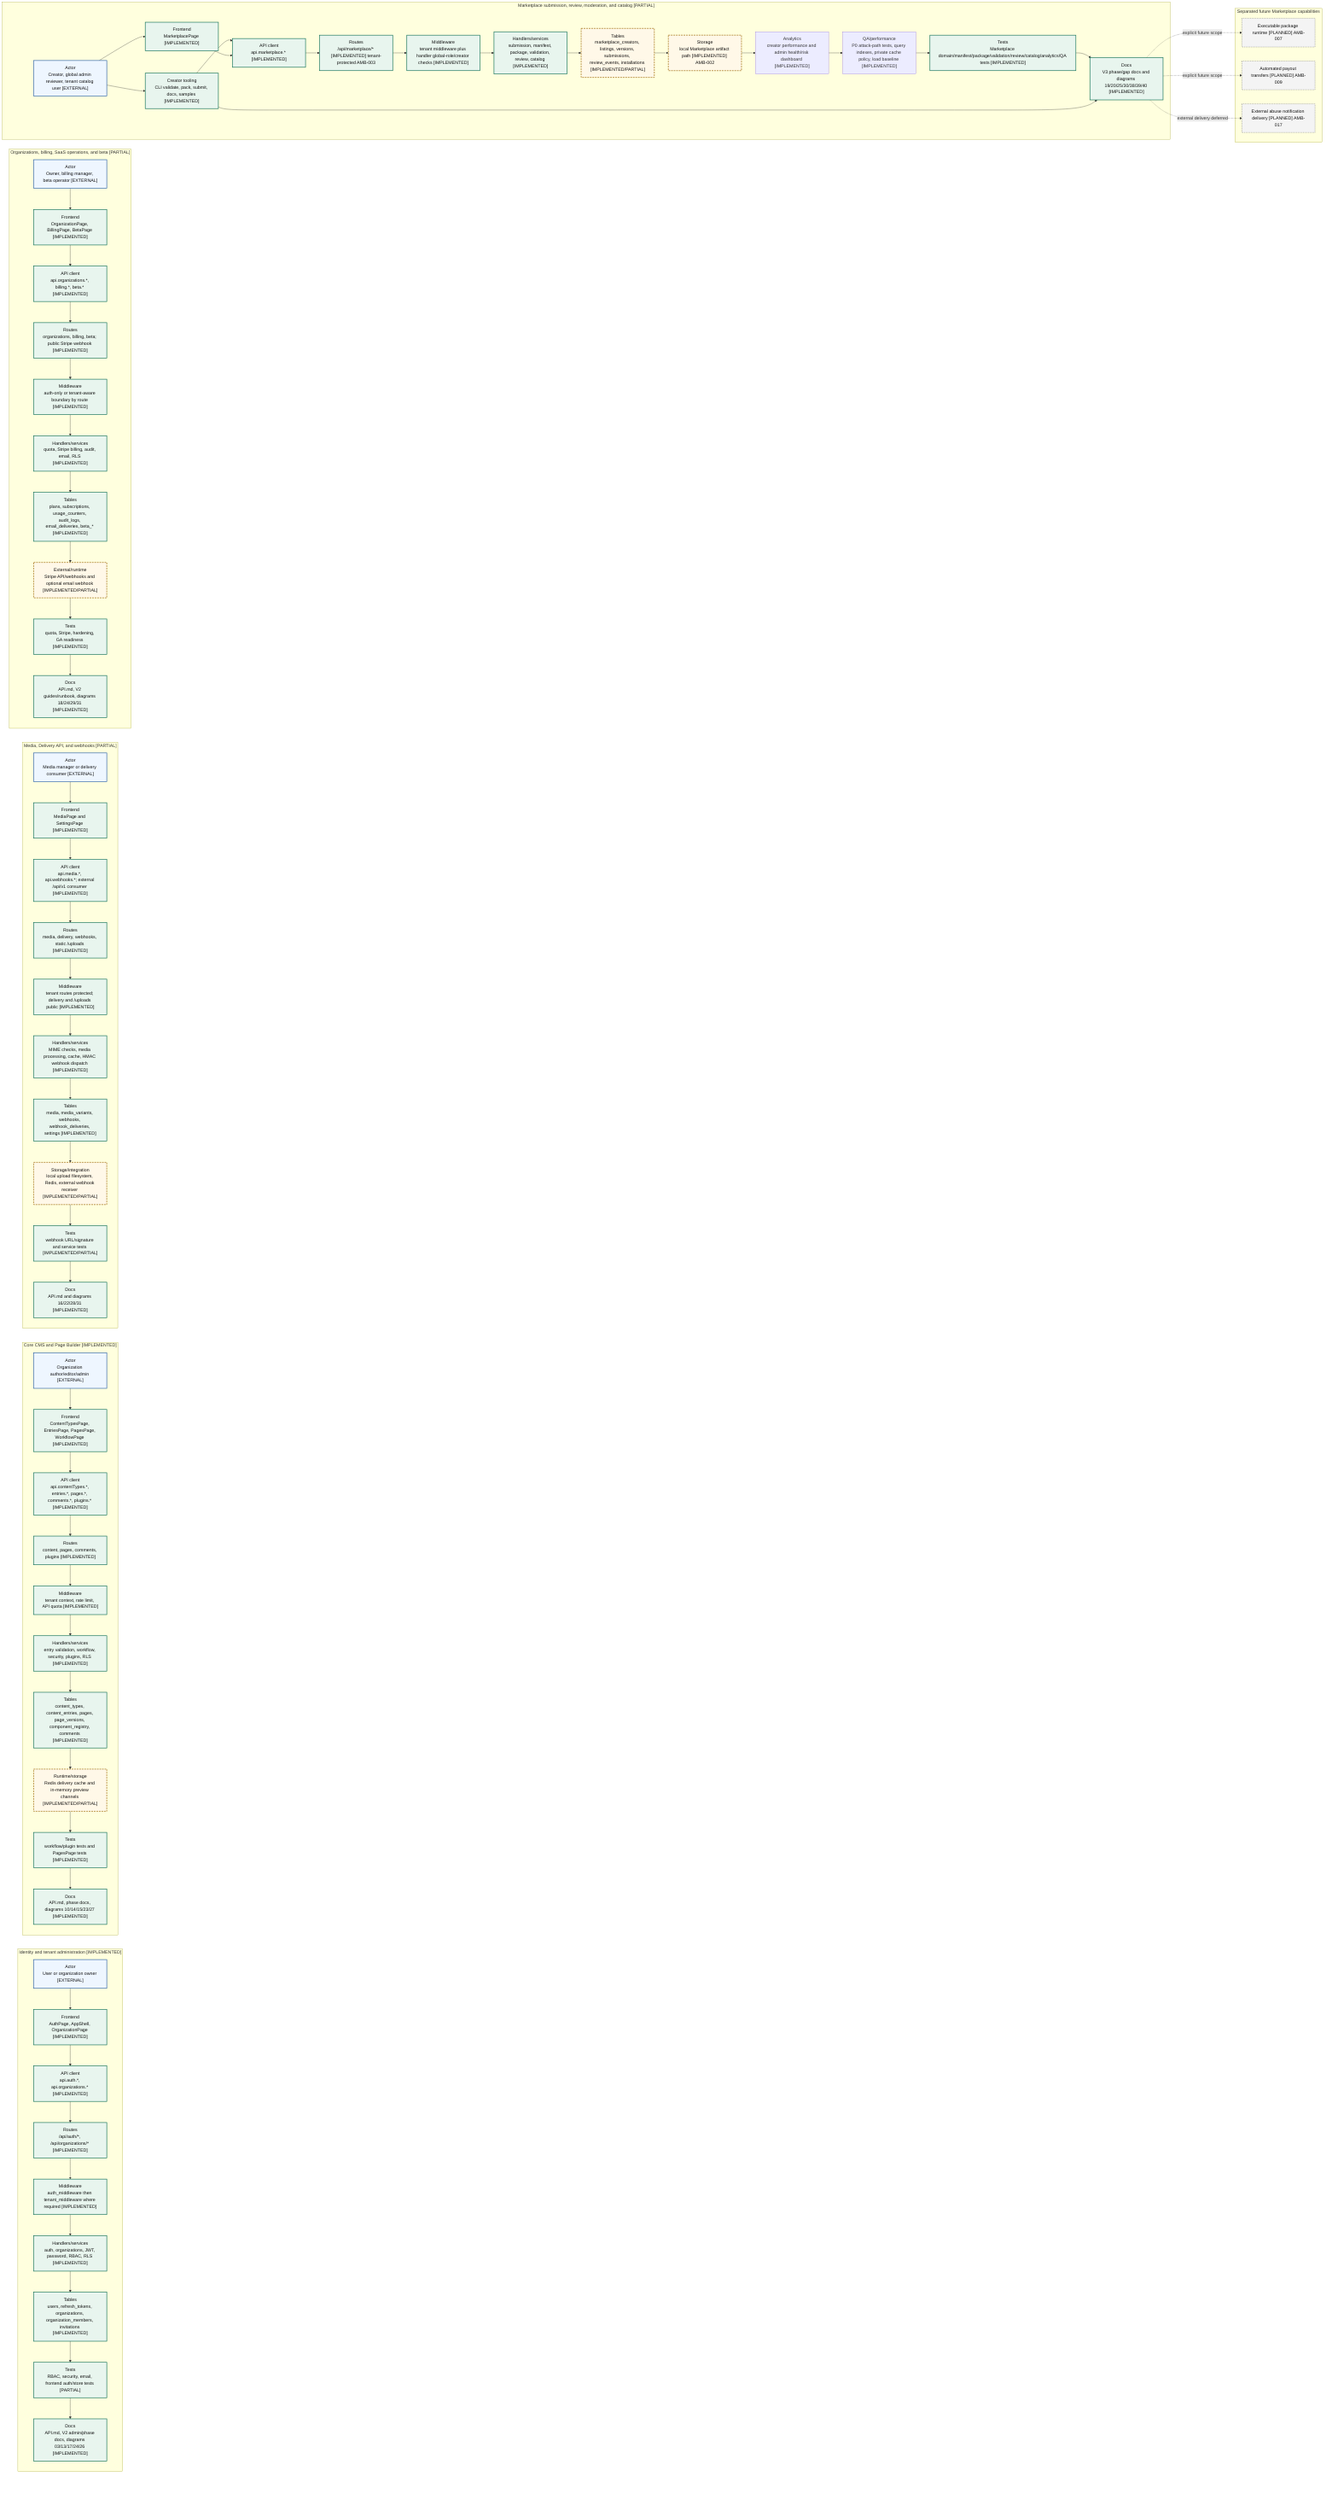
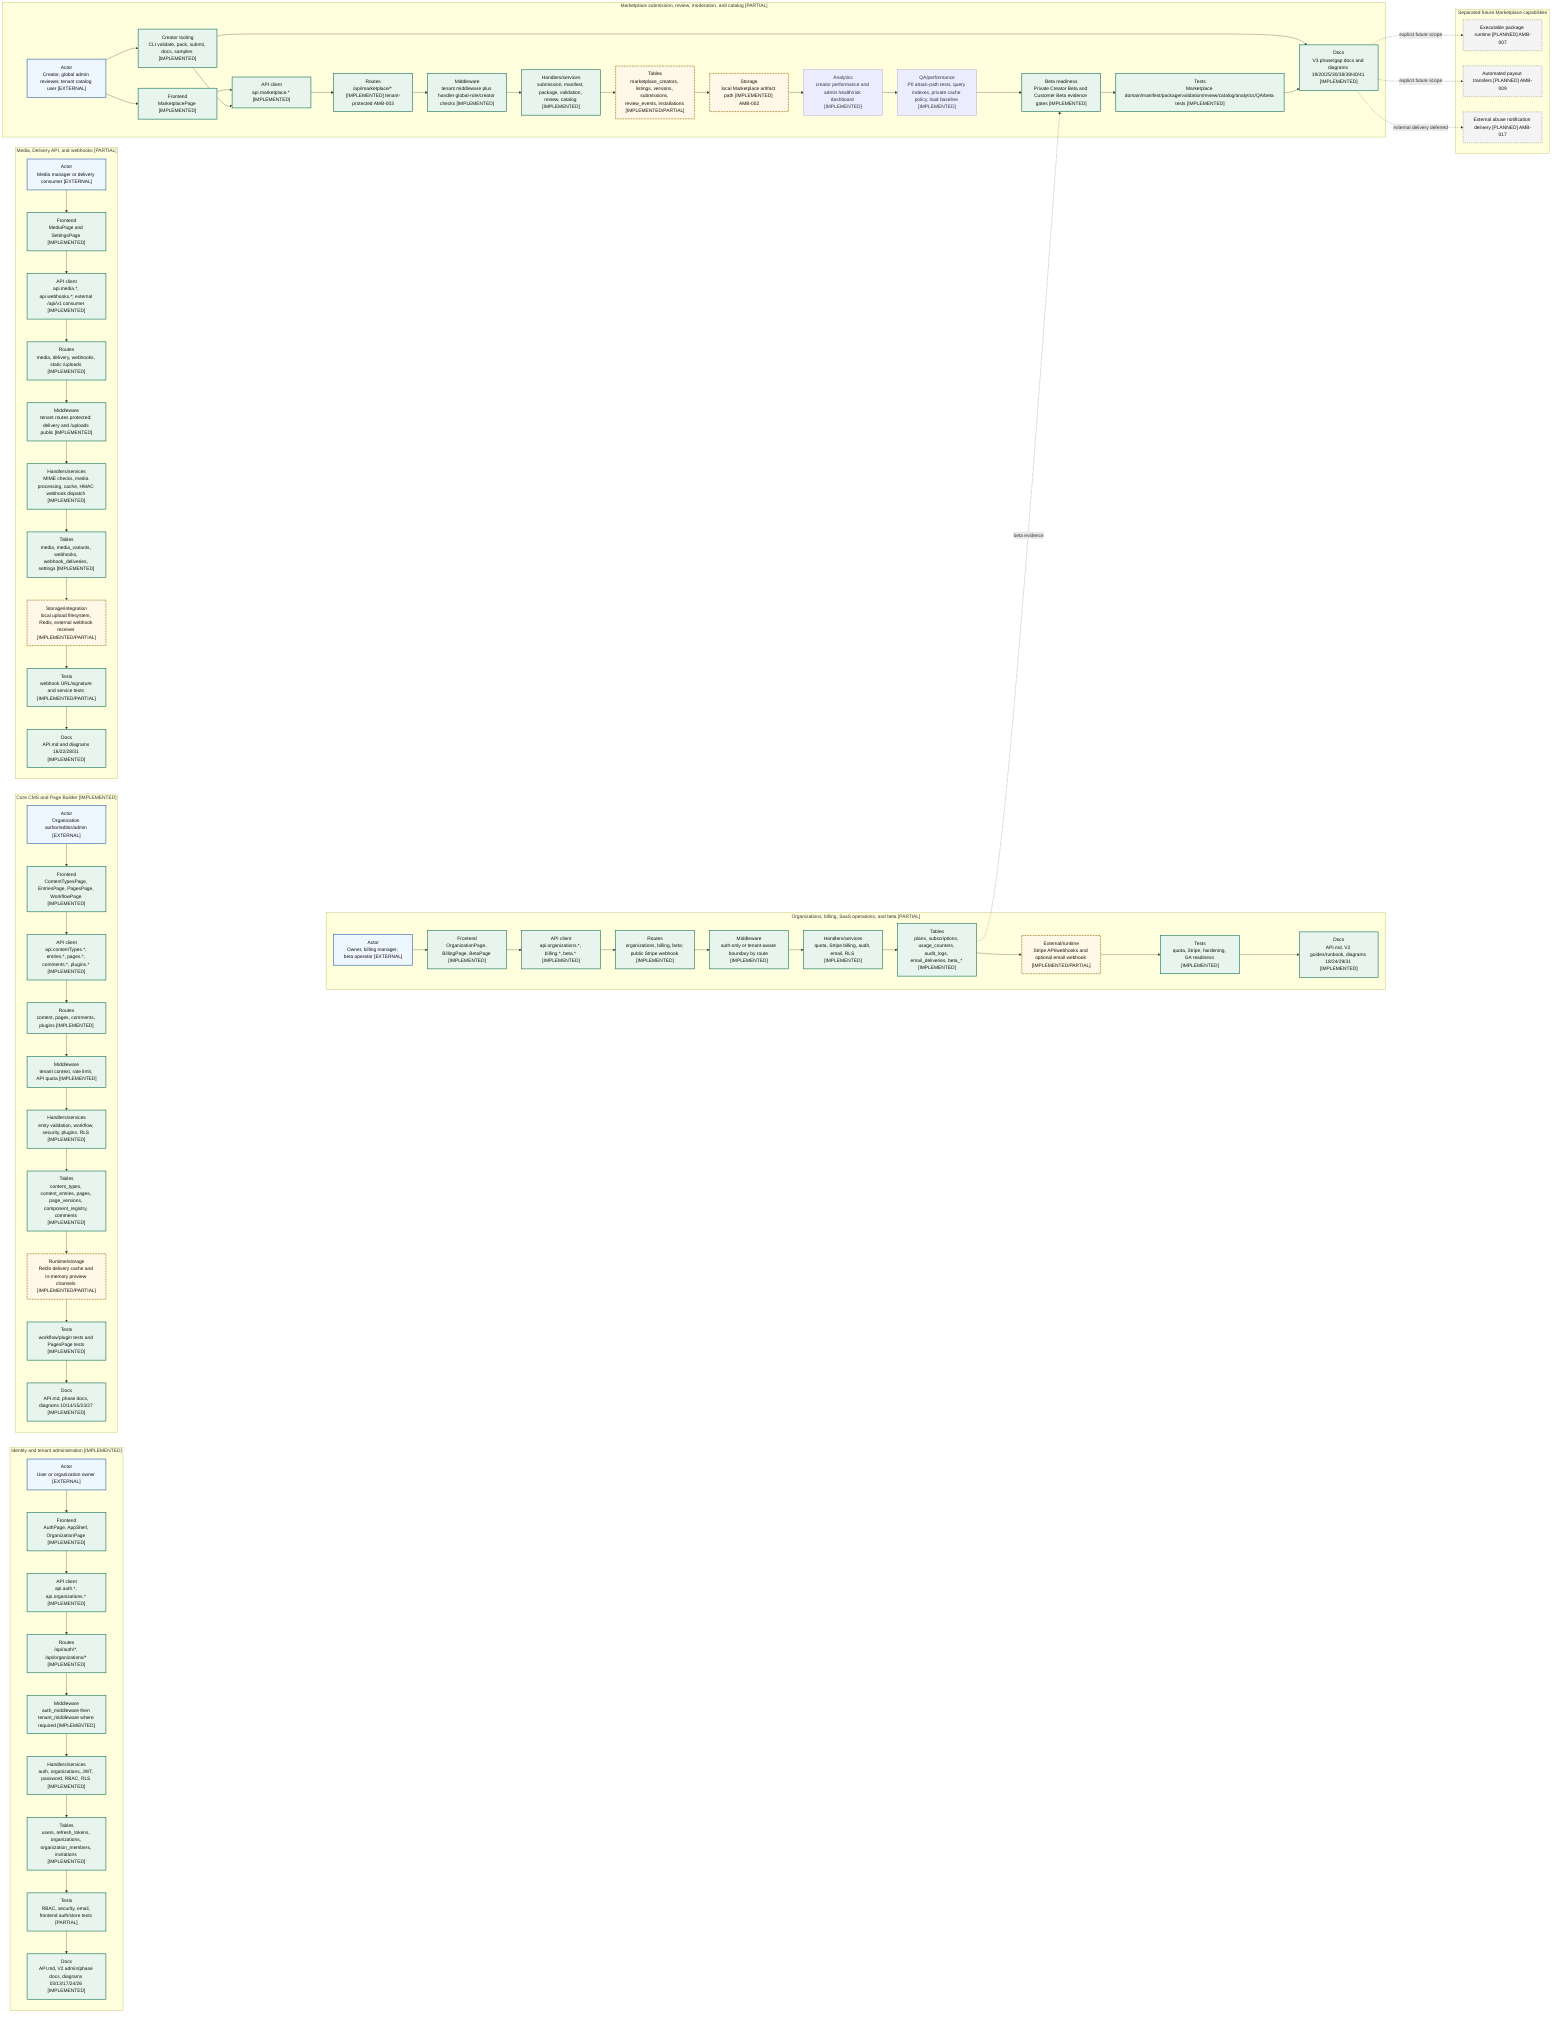
flowchart LR
%% Evidence: backend/src/routes/mod.rs
%% Evidence: backend/src/middleware/auth.rs
%% Evidence: backend/src/middleware/tenant.rs
%% Evidence: backend/src/routes/auth.rs
%% Evidence: backend/src/routes/content.rs
%% Evidence: backend/src/routes/pages.rs
%% Evidence: backend/src/routes/media.rs
%% Evidence: backend/src/routes/delivery.rs
%% Evidence: backend/src/routes/webhooks.rs
%% Evidence: backend/src/routes/organizations.rs
%% Evidence: backend/src/routes/billing.rs
%% Evidence: backend/src/routes/beta.rs
%% Evidence: backend/src/routes/marketplace.rs
%% Evidence: backend/src/services/rls.rs
%% Evidence: backend/src/services/quota.rs
%% Evidence: backend/src/services/stripe_billing.rs
%% Evidence: backend/src/services/marketplace_validation.rs
%% Evidence: scripts/marketplace-cli.mjs
%% Evidence: docs/MARKETPLACE_CREATOR_GUIDE.md
%% Evidence: frontend/src/router.tsx
%% Evidence: frontend/src/services/api.ts
%% Evidence: frontend/src/stores/useAppStore.ts
%% Evidence: frontend/src/pages/PagesPage.tsx
%% Evidence: frontend/src/pages/MarketplacePage.tsx
%% Evidence: backend/migrations/0001_initial_schema.sql
%% Evidence: backend/migrations/0008_v2_phase_one_organizations.sql
%% Evidence: backend/migrations/0009_v2_phase_three_rls.sql
%% Evidence: backend/migrations/0010_v2_phase_five_billing_quota.sql
%% Evidence: backend/migrations/0015_v3_phase_one_marketplace_foundation.sql
%% Evidence: backend/migrations/0018_v3_phase_four_review_moderation.sql
%% Evidence: backend/migrations/0026_v3_phase_thirteen_marketplace_qa_performance.sql
%% Evidence: backend/src/services/marketplace_phase_thirteen.rs
%% Evidence: backend/src/services/marketplace_performance.rs
+ %% Evidence: backend/src/services/marketplace_phase_fourteen.rs
%% Evidence: scripts/marketplace-phase13-load-smoke.ps1
+ %% Evidence: scripts/marketplace-phase14-beta-readiness.ps1
%% Evidence: docs/API.md
+ %% Evidence: docs/V3_PHASE_FOURTEEN.md
+ %% Evidence: docs/diagrams/41-marketplace-beta.mmd

subgraph identity["Identity and tenant administration [IMPLEMENTED]"]
  id_actor["Actor<br/>User or organization owner [EXTERNAL]"]
  id_page["Frontend<br/>AuthPage, AppShell, OrganizationPage [IMPLEMENTED]"]
  id_api["API client<br/>api.auth.*, api.organizations.* [IMPLEMENTED]"]
  id_route["Routes<br/>/api/auth/*, /api/organizations/* [IMPLEMENTED]"]
  id_mw["Middleware<br/>auth_middleware then tenant_middleware where required [IMPLEMENTED]"]
  id_handler["Handlers/services<br/>auth, organizations, JWT, password, RBAC, RLS [IMPLEMENTED]"]
  id_data["Tables<br/>users, refresh_tokens, organizations, organization_members, invitations [IMPLEMENTED]"]
  id_test["Tests<br/>RBAC, security, email, frontend auth/store tests [PARTIAL]"]
  id_doc["Docs<br/>API.md, V2 admin/phase docs, diagrams 03/13/17/24/26 [IMPLEMENTED]"]
end

subgraph cms["Core CMS and Page Builder [IMPLEMENTED]"]
  cms_actor["Actor<br/>Organization author/editor/admin [EXTERNAL]"]
  cms_page["Frontend<br/>ContentTypesPage, EntriesPage, PagesPage, WorkflowPage [IMPLEMENTED]"]
  cms_api["API client<br/>api.contentTypes.*, entries.*, pages.*, comments.*, plugins.* [IMPLEMENTED]"]
  cms_route["Routes<br/>content, pages, comments, plugins [IMPLEMENTED]"]
  cms_mw["Middleware<br/>tenant context, rate limit, API quota [IMPLEMENTED]"]
  cms_handler["Handlers/services<br/>entry validation, workflow, security, plugins, RLS [IMPLEMENTED]"]
  cms_data["Tables<br/>content_types, content_entries, pages, page_versions, component_registry, comments [IMPLEMENTED]"]
  cms_cache["Runtime/storage<br/>Redis delivery cache and in-memory preview channels [IMPLEMENTED/PARTIAL]"]
  cms_test["Tests<br/>workflow/plugin tests and PagesPage tests [IMPLEMENTED]"]
  cms_doc["Docs<br/>API.md, phase docs, diagrams 10/14/15/23/27 [IMPLEMENTED]"]
end

subgraph media_delivery["Media, Delivery API, and webhooks [PARTIAL]"]
  md_actor["Actor<br/>Media manager or delivery consumer [EXTERNAL]"]
  md_page["Frontend<br/>MediaPage and SettingsPage [IMPLEMENTED]"]
  md_api["API client<br/>api.media.*, api.webhooks.*; external /api/v1 consumer [IMPLEMENTED]"]
  md_route["Routes<br/>media, delivery, webhooks, static /uploads [IMPLEMENTED]"]
  md_mw["Middleware<br/>tenant routes protected; delivery and /uploads public [IMPLEMENTED]"]
  md_handler["Handlers/services<br/>MIME checks, media processing, cache, HMAC webhook dispatch [IMPLEMENTED]"]
  md_data["Tables<br/>media, media_variants, webhooks, webhook_deliveries, settings [IMPLEMENTED]"]
  md_external["Storage/integration<br/>local upload filesystem, Redis, external webhook receiver [IMPLEMENTED/PARTIAL]"]
  md_test["Tests<br/>webhook URL/signature and service tests [IMPLEMENTED/PARTIAL]"]
  md_doc["Docs<br/>API.md and diagrams 16/22/28/31 [IMPLEMENTED]"]
end

subgraph billing_ops["Organizations, billing, SaaS operations, and beta [PARTIAL]"]
  bo_actor["Actor<br/>Owner, billing manager, beta operator [EXTERNAL]"]
  bo_page["Frontend<br/>OrganizationPage, BillingPage, BetaPage [IMPLEMENTED]"]
  bo_api["API client<br/>api.organizations.*, billing.*, beta.* [IMPLEMENTED]"]
  bo_route["Routes<br/>organizations, billing, beta; public Stripe webhook [IMPLEMENTED]"]
  bo_mw["Middleware<br/>auth-only or tenant-aware boundary by route [IMPLEMENTED]"]
  bo_handler["Handlers/services<br/>quota, Stripe billing, audit, email, RLS [IMPLEMENTED]"]
  bo_data["Tables<br/>plans, subscriptions, usage_counters, audit_logs, email_deliveries, beta_* [IMPLEMENTED]"]
  bo_external["External/runtime<br/>Stripe API/webhooks and optional email webhook [IMPLEMENTED/PARTIAL]"]
  bo_test["Tests<br/>quota, Stripe, hardening, GA readiness [IMPLEMENTED]"]
  bo_doc["Docs<br/>API.md, V2 guides/runbook, diagrams 18/24/29/31 [IMPLEMENTED]"]
end

subgraph marketplace["Marketplace submission, review, moderation, and catalog [PARTIAL]"]
  mp_actor["Actor<br/>Creator, global admin reviewer, tenant catalog user [EXTERNAL]"]
  mp_page["Frontend<br/>MarketplacePage [IMPLEMENTED]"]
  mp_api["API client<br/>api.marketplace.* [IMPLEMENTED]"]
  mp_route["Routes<br/>/api/marketplace/* [IMPLEMENTED] tenant-protected AMB-003"]
  mp_mw["Middleware<br/>tenant middleware plus handler global-role/creator checks [IMPLEMENTED]"]
  mp_handler["Handlers/services<br/>submission, manifest, package, validation, review, catalog [IMPLEMENTED]"]
  mp_data["Tables<br/>marketplace_creators, listings, versions, submissions, review_events, installations [IMPLEMENTED/PARTIAL]"]
  mp_storage["Storage<br/>local Marketplace artifact path [IMPLEMENTED] AMB-002"]
  mp_analytics["Analytics<br/>creator performance and admin health/risk dashboard [IMPLEMENTED]"]
  mp_tooling["Creator tooling<br/>CLI validate, pack, submit, docs, samples [IMPLEMENTED]"]
  mp_qa["QA/performance<br/>P0 attack-path tests, query indexes, private cache policy, load baseline [IMPLEMENTED]"]
-   mp_test["Tests<br/>Marketplace domain/manifest/package/validation/review/catalog/analytics/QA tests [IMPLEMENTED]"]
-   mp_doc["Docs<br/>V3 phase/gap docs and diagrams 19/20/25/30/38/39/40 [IMPLEMENTED]"]
+   mp_beta["Beta readiness<br/>Private Creator Beta and Customer Beta evidence gates [IMPLEMENTED]"]
+   mp_test["Tests<br/>Marketplace domain/manifest/package/validation/review/catalog/analytics/QA/beta tests [IMPLEMENTED]"]
+   mp_doc["Docs<br/>V3 phase/gap docs and diagrams 19/20/25/30/38/39/40/41 [IMPLEMENTED]"]
end

subgraph excluded["Separated future Marketplace capabilities"]
  install_future["Executable package runtime [PLANNED] AMB-007"]
  payout_future["Automated payout transfers [PLANNED] AMB-009"]
  notification_future["External abuse notification delivery [PLANNED] AMB-017"]
end

id_actor --> id_page --> id_api --> id_route --> id_mw --> id_handler --> id_data --> id_test --> id_doc
cms_actor --> cms_page --> cms_api --> cms_route --> cms_mw --> cms_handler --> cms_data --> cms_cache --> cms_test --> cms_doc
md_actor --> md_page --> md_api --> md_route --> md_mw --> md_handler --> md_data --> md_external --> md_test --> md_doc
bo_actor --> bo_page --> bo_api --> bo_route --> bo_mw --> bo_handler --> bo_data --> bo_external --> bo_test --> bo_doc
mp_actor --> mp_tooling --> mp_api
- mp_actor --> mp_page --> mp_api --> mp_route --> mp_mw --> mp_handler --> mp_data --> mp_storage --> mp_analytics --> mp_qa --> mp_test --> mp_doc
+ mp_actor --> mp_page --> mp_api --> mp_route --> mp_mw --> mp_handler --> mp_data --> mp_storage --> mp_analytics --> mp_qa --> mp_beta --> mp_test --> mp_doc
mp_tooling --> mp_doc
+ bo_data -. "beta evidence" .-> mp_beta
mp_doc -. "explicit future scope" .-> install_future
mp_doc -. "explicit future scope" .-> payout_future
mp_doc -. "external delivery deferred" .-> notification_future

classDef implemented fill:#e8f5ee,stroke:#17745b,stroke-width:2px,color:#111;
classDef partial fill:#fff8e8,stroke:#9a6500,stroke-width:2px,stroke-dasharray: 6 3,color:#111;
classDef planned fill:#f4f4f4,stroke:#666,stroke-width:2px,stroke-dasharray: 2 4,color:#111;
classDef external fill:#eef6ff,stroke:#3367a8,stroke-width:2px,color:#111;

- class id_page,id_api,id_route,id_mw,id_handler,id_data,id_test,id_doc,cms_page,cms_api,cms_route,cms_mw,cms_handler,cms_data,cms_test,cms_doc,md_page,md_api,md_route,md_mw,md_handler,md_data,md_test,md_doc,bo_page,bo_api,bo_route,bo_mw,bo_handler,bo_data,bo_test,bo_doc,mp_page,mp_api,mp_route,mp_mw,mp_handler,mp_tooling,mp_test,mp_doc implemented;
+ class id_page,id_api,id_route,id_mw,id_handler,id_data,id_test,id_doc,cms_page,cms_api,cms_route,cms_mw,cms_handler,cms_data,cms_test,cms_doc,md_page,md_api,md_route,md_mw,md_handler,md_data,md_test,md_doc,bo_page,bo_api,bo_route,bo_mw,bo_handler,bo_data,bo_test,bo_doc,mp_page,mp_api,mp_route,mp_mw,mp_handler,mp_tooling,mp_beta,mp_test,mp_doc implemented;
class cms_cache,md_external,bo_external,mp_data,mp_storage partial;
class install_future,payout_future,notification_future planned;
class id_actor,cms_actor,md_actor,bo_actor,mp_actor external;
